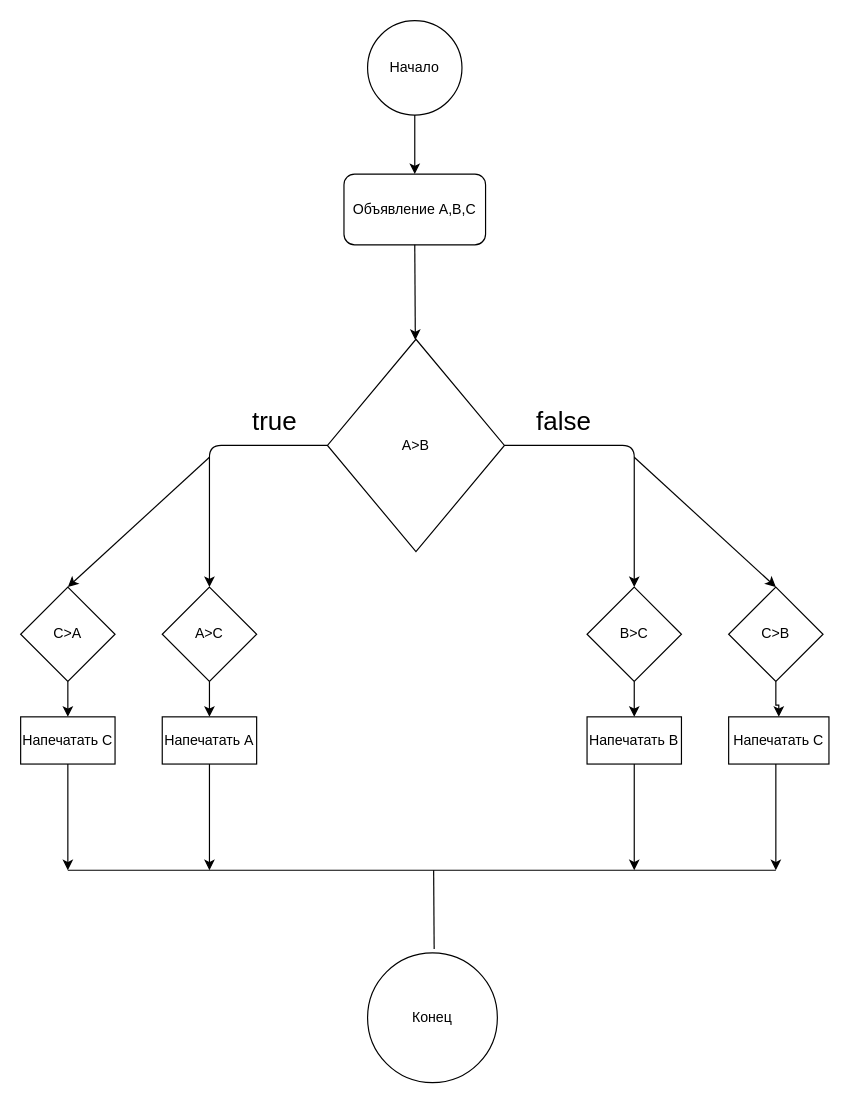
IDDQD229/job4j keeps this draw.io diagram as Untitled Diagram.drawio. Above is the earlier version. Source tidied: cells renumbered, new cells numbered last; positions are measured from the earlier drawing's top-left corner, leaving out a move shared by most shapes. Both pictures are drawn from the tidied source at 118%, with x=0, y=0 at pixel (20, 20).
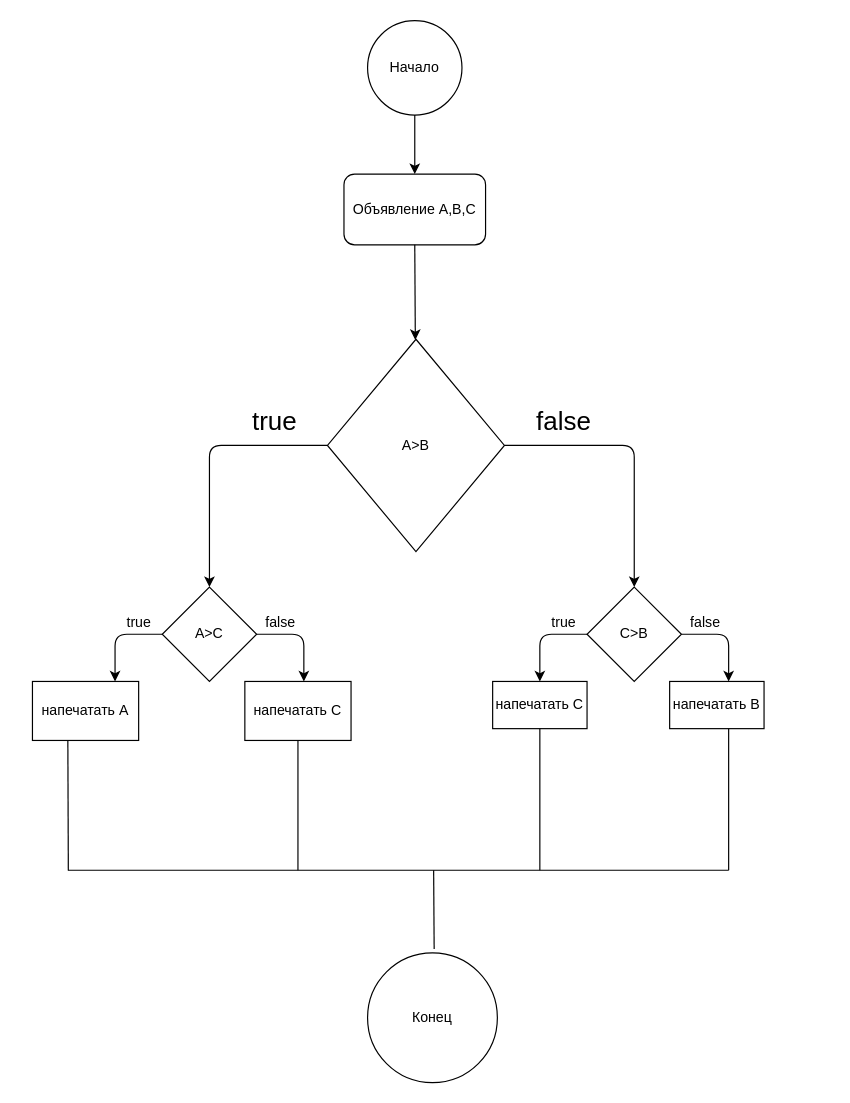
The same diagram, later.

Unchanged cells that the change refers to:
```xml
<mxCell id="13" value="A&amp;gt;C" style="rhombus;whiteSpace=wrap;html=1;" parent="1" vertex="1">
  <mxGeometry x="120" y="480" width="80" height="80" as="geometry" />
</mxCell>
```

Change to the diagram source:
```diff
@@
-    <mxCell id="12" style="edgeStyle=orthogonalEdgeStyle;rounded=0;jettySize=auto;html=1;" parent="1" edge="1" source="13" target="23">
-      <mxGeometry relative="1" as="geometry" />
-    </mxCell>
@@
-    <mxCell id="14" style="edgeStyle=orthogonalEdgeStyle;rounded=0;jettySize=auto;html=1;" parent="1" edge="1" source="15" target="27">
-      <mxGeometry relative="1" as="geometry" />
-    </mxCell>
-    <mxCell id="15" value="B&amp;gt;C" style="rhombus;whiteSpace=wrap;html=1;" parent="1" vertex="1">
+    <mxCell id="15" value="С&amp;gt;B" style="rhombus;whiteSpace=wrap;html=1;" parent="1" vertex="1">
       <mxGeometry x="480" y="480" width="80" height="80" as="geometry" />
     </mxCell>
-    <mxCell id="16" style="endArrow=classic;html=1;" parent="1" edge="1">
-      <mxGeometry relative="1" as="geometry">
-        <mxPoint x="160" y="370" as="sourcePoint" />
-        <mxPoint x="40" y="480" as="targetPoint" />
-      </mxGeometry>
-    </mxCell>
-    <mxCell id="17" style="endArrow=classic;html=1;" parent="1" edge="1">
-      <mxGeometry relative="1" as="geometry">
-        <mxPoint x="520" y="370" as="sourcePoint" />
-        <mxPoint x="640" y="480" as="targetPoint" />
-      </mxGeometry>
-    </mxCell>
-    <mxCell id="18" style="edgeStyle=orthogonalEdgeStyle;rounded=0;jettySize=auto;html=1;" parent="1" edge="1" source="19" target="25">
-      <mxGeometry relative="1" as="geometry" />
-    </mxCell>
-    <mxCell id="19" value="C&amp;gt;A" style="rhombus;whiteSpace=wrap;html=1;" parent="1" vertex="1">
-      <mxGeometry y="480" width="80" height="80" as="geometry" />
-    </mxCell>
-    <mxCell id="20" style="edgeStyle=orthogonalEdgeStyle;rounded=0;jettySize=auto;html=1;" parent="1" edge="1" source="21" target="29">
-      <mxGeometry relative="1" as="geometry" />
-    </mxCell>
-    <mxCell id="21" value="C&amp;gt;B" style="rhombus;whiteSpace=wrap;html=1;" parent="1" vertex="1">
-      <mxGeometry x="600" y="480" width="80" height="80" as="geometry" />
-    </mxCell>
-    <mxCell id="22" style="edgeStyle=orthogonalEdgeStyle;rounded=0;jettySize=auto;html=1;" parent="1" edge="1" source="23">
-      <mxGeometry relative="1" as="geometry">
-        <mxPoint x="160" y="720" as="targetPoint" />
-      </mxGeometry>
-    </mxCell>
-    <mxCell id="23" value="Напечатать А" style="whiteSpace=wrap;html=1;" parent="1" vertex="1">
-      <mxGeometry x="120" y="590" width="80" height="40" as="geometry" />
-    </mxCell>
-    <mxCell id="24" style="edgeStyle=orthogonalEdgeStyle;rounded=0;jettySize=auto;html=1;" parent="1" edge="1" source="25">
-      <mxGeometry relative="1" as="geometry">
-        <mxPoint x="40" y="720" as="targetPoint" />
-      </mxGeometry>
-    </mxCell>
-    <mxCell id="25" value="Напечатать С" style="whiteSpace=wrap;html=1;" parent="1" vertex="1">
-      <mxGeometry y="590" width="80" height="40" as="geometry" />
-    </mxCell>
-    <mxCell id="26" style="edgeStyle=orthogonalEdgeStyle;rounded=0;jettySize=auto;html=1;" parent="1" edge="1" source="27">
-      <mxGeometry relative="1" as="geometry">
-        <mxPoint x="520" y="720" as="targetPoint" />
-      </mxGeometry>
-    </mxCell>
-    <mxCell id="27" value="Напечатать B" style="whiteSpace=wrap;html=1;" parent="1" vertex="1">
-      <mxGeometry x="480" y="590" width="80" height="40" as="geometry" />
-    </mxCell>
-    <mxCell id="28" style="edgeStyle=orthogonalEdgeStyle;rounded=0;jettySize=auto;html=1;" parent="1" edge="1" source="29">
-      <mxGeometry relative="1" as="geometry">
-        <mxPoint x="640" y="720" as="targetPoint" />
-        <Array as="points">
-          <mxPoint x="640" y="650" />
-          <mxPoint x="640" y="650" />
-        </Array>
-      </mxGeometry>
-    </mxCell>
-    <mxCell id="29" value="Напечатать С" style="whiteSpace=wrap;html=1;" parent="1" vertex="1">
-      <mxGeometry x="600" y="590" width="85" height="40" as="geometry" />
-    </mxCell>
     <mxCell id="30" style="endArrow=none;html=1;" parent="1" edge="1">
       <mxGeometry relative="1" as="geometry">
         <mxPoint x="40" y="720" as="sourcePoint" />
-        <mxPoint x="640" y="720" as="targetPoint" />
+        <mxPoint x="600" y="720" as="targetPoint" />
         <Array as="points">
           <mxPoint x="160" y="720" />
           <mxPoint x="280" y="720" />
           <mxPoint x="400" y="720" />
         </Array>
       </mxGeometry>
     </mxCell>
@@
+    <mxCell id="32" style="endArrow=classic;html=1;exitX=1;exitY=0.5;exitDx=0;exitDy=0;" parent="1" edge="1" source="13">
+      <mxGeometry relative="1" as="geometry">
+        <mxPoint x="240" y="560" as="targetPoint" />
+        <Array as="points">
+          <mxPoint x="240" y="520" />
+        </Array>
+      </mxGeometry>
+    </mxCell>
+    <mxCell id="33" style="endArrow=classic;html=1;exitX=0;exitY=0.5;exitDx=0;exitDy=0;" parent="1" edge="1" source="13">
+      <mxGeometry relative="1" as="geometry">
+        <mxPoint x="80" y="560" as="targetPoint" />
+        <Array as="points">
+          <mxPoint x="80" y="520" />
+        </Array>
+      </mxGeometry>
+    </mxCell>
+    <mxCell id="34" value="true" style="text;html=1;align=center;verticalAlign=middle;strokeColor=none;" parent="1" vertex="1">
+      <mxGeometry x="80" y="500" width="40" height="20" as="geometry" />
+    </mxCell>
+    <mxCell id="35" value="false" style="text;html=1;align=center;verticalAlign=middle;strokeColor=none;" parent="1" vertex="1">
+      <mxGeometry x="200" y="500" width="40" height="20" as="geometry" />
+    </mxCell>
+    <mxCell id="36" value="напечатать А" style="rounded=0;whiteSpace=wrap;html=1;" parent="1" vertex="1">
+      <mxGeometry x="10" y="560" width="90" height="50" as="geometry" />
+    </mxCell>
+    <mxCell id="37" value="напечатать С" style="rounded=0;whiteSpace=wrap;html=1;" parent="1" vertex="1">
+      <mxGeometry x="190" y="560" width="90" height="50" as="geometry" />
+    </mxCell>
+    <mxCell id="38" style="endArrow=classic;html=1;exitX=0;exitY=0.5;exitDx=0;exitDy=0;" parent="1" edge="1" source="15">
+      <mxGeometry relative="1" as="geometry">
+        <mxPoint x="440" y="560" as="targetPoint" />
+        <Array as="points">
+          <mxPoint x="440" y="520" />
+        </Array>
+      </mxGeometry>
+    </mxCell>
+    <mxCell id="39" style="endArrow=classic;html=1;exitX=1;exitY=0.5;exitDx=0;exitDy=0;" parent="1" edge="1" source="15">
+      <mxGeometry relative="1" as="geometry">
+        <mxPoint x="600" y="560" as="targetPoint" />
+        <Array as="points">
+          <mxPoint x="600" y="520" />
+        </Array>
+      </mxGeometry>
+    </mxCell>
+    <mxCell id="40" value="true" style="text;html=1;align=center;verticalAlign=middle;strokeColor=none;" parent="1" vertex="1">
+      <mxGeometry x="440" y="500" width="40" height="20" as="geometry" />
+    </mxCell>
+    <mxCell id="41" value="false" style="text;html=1;align=center;verticalAlign=middle;strokeColor=none;" parent="1" vertex="1">
+      <mxGeometry x="560" y="500" width="40" height="20" as="geometry" />
+    </mxCell>
+    <mxCell id="42" value="напечатать С" style="rounded=0;whiteSpace=wrap;html=1;" parent="1" vertex="1">
+      <mxGeometry x="400" y="560" width="80" height="40" as="geometry" />
+    </mxCell>
+    <mxCell id="43" value="напечатать B" style="rounded=0;whiteSpace=wrap;html=1;" parent="1" vertex="1">
+      <mxGeometry x="550" y="560" width="80" height="40" as="geometry" />
+    </mxCell>
+    <mxCell id="44" style="endArrow=none;html=1;entryX=0.5;entryY=1;entryDx=0;entryDy=0;" parent="1" edge="1" target="37">
+      <mxGeometry relative="1" as="geometry">
+        <mxPoint x="235" y="720" as="sourcePoint" />
+      </mxGeometry>
+    </mxCell>
+    <mxCell id="45" style="endArrow=none;html=1;entryX=0.5;entryY=1;entryDx=0;entryDy=0;" parent="1" edge="1">
+      <mxGeometry relative="1" as="geometry">
+        <mxPoint x="40.4" y="720" as="sourcePoint" />
+        <mxPoint x="40" y="610" as="targetPoint" />
+      </mxGeometry>
+    </mxCell>
+    <mxCell id="46" style="endArrow=none;html=1;entryX=0.5;entryY=1;entryDx=0;entryDy=0;" parent="1" edge="1" target="42">
+      <mxGeometry relative="1" as="geometry">
+        <mxPoint x="440" y="720" as="sourcePoint" />
+      </mxGeometry>
+    </mxCell>
+    <mxCell id="47" style="endArrow=none;html=1;" parent="1" edge="1">
+      <mxGeometry relative="1" as="geometry">
+        <mxPoint x="600" y="720" as="sourcePoint" />
+        <mxPoint x="600" y="600" as="targetPoint" />
+      </mxGeometry>
+    </mxCell>
```
